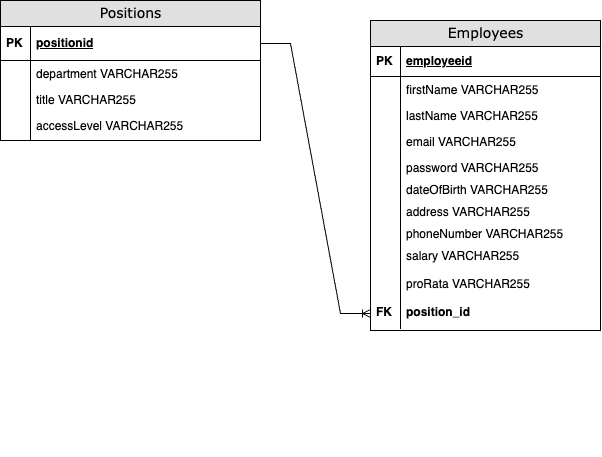
remily23/capstone_hr_management_system keeps this draw.io diagram as Diagrams/ER Diagram.png. Above is the earlier version. Source tidied: cells renumbered, new cells last; positions are measured from the earlier drawing's top-left corner, leaving out a move shared by most shapes.
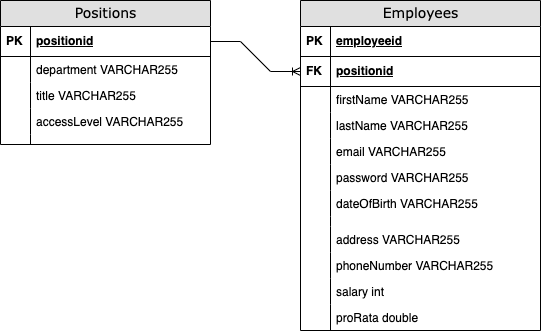
Above is the later version.

Commit message:
added amended UML & ER Diagrams

What changed in the source:
```diff
@@ -3,110 +3,115 @@
     <mxCell id="0" />
     <mxCell id="1" parent="0" />
     <mxCell id="2" value="Employees" style="swimlane;html=1;fontStyle=0;horizontal=1;startSize=26;fillColor=#e0e0e0;swimlaneFillColor=#ffffff;align=center;rounded=0;shadow=0;comic=0;labelBackgroundColor=none;strokeWidth=1;fontFamily=Verdana;fontSize=14;swimlaneLine=1;" parent="1" vertex="1">
-      <mxGeometry x="370" y="20" width="230" height="310" as="geometry" />
+      <mxGeometry x="350" y="30" width="240" height="330" as="geometry" />
     </mxCell>
     <mxCell id="3" value="employeeid" style="shape=partialRectangle;top=0;left=0;right=0;bottom=1;html=1;align=left;verticalAlign=middle;fillColor=none;spacingLeft=34;spacingRight=4;whiteSpace=wrap;overflow=hidden;fontStyle=5;" parent="2" vertex="1">
-      <mxGeometry y="26" width="230" height="30" as="geometry" />
+      <mxGeometry y="26" width="240" height="30" as="geometry" />
     </mxCell>
     <mxCell id="4" value="&lt;b&gt;PK&lt;/b&gt;" style="shape=partialRectangle;top=0;left=0;bottom=0;html=1;fillColor=none;align=left;verticalAlign=middle;spacingLeft=4;spacingRight=4;whiteSpace=wrap;overflow=hidden;" parent="3" vertex="1">
       <mxGeometry width="30" height="30" as="geometry" />
     </mxCell>
+    <mxCell id="36" value="positionid" style="shape=partialRectangle;top=0;left=0;right=0;bottom=1;html=1;align=left;verticalAlign=middle;fillColor=none;spacingLeft=34;spacingRight=4;whiteSpace=wrap;overflow=hidden;points=[[0,0.5],[1,0.5]];portConstraint=eastwest;fontStyle=5;" parent="2" vertex="1">
+      <mxGeometry y="56" width="240" height="30" as="geometry" />
+    </mxCell>
+    <mxCell id="24" value="&lt;b&gt;FK&lt;/b&gt;" style="shape=partialRectangle;top=0;left=0;bottom=0;html=1;fillColor=none;align=left;verticalAlign=middle;spacingLeft=4;spacingRight=4;whiteSpace=wrap;overflow=hidden;" parent="36" vertex="1">
+      <mxGeometry width="30" height="30" as="geometry" />
+    </mxCell>
     <mxCell id="5" value="firstName VARCHAR255" style="shape=partialRectangle;top=0;left=0;right=0;bottom=0;html=1;align=left;verticalAlign=top;fillColor=none;spacingLeft=34;spacingRight=4;whiteSpace=wrap;overflow=hidden;" parent="2" vertex="1">
-      <mxGeometry y="56" width="230" height="26" as="geometry" />
+      <mxGeometry y="86" width="240" height="26" as="geometry" />
     </mxCell>
     <mxCell id="6" style="shape=partialRectangle;top=0;left=0;bottom=0;html=1;fillColor=none;align=left;verticalAlign=top;spacingLeft=4;spacingRight=4;whiteSpace=wrap;overflow=hidden;" parent="5" vertex="1">
       <mxGeometry width="30" height="26" as="geometry" />
     </mxCell>
-    <mxCell id="7" value="lastName VARCHAR255" style="shape=partialRectangle;top=0;left=0;right=0;bottom=0;html=1;align=left;verticalAlign=top;fillColor=none;spacingLeft=34;spacingRight=4;whiteSpace=wrap;overflow=hidden;" parent="2" vertex="1">
-      <mxGeometry y="82" width="230" height="26" as="geometry" />
-    </mxCell>
-    <mxCell id="8" style="shape=partialRectangle;top=0;left=0;bottom=0;html=1;fillColor=none;align=left;verticalAlign=top;spacingLeft=4;spacingRight=4;whiteSpace=wrap;overflow=hidden;" parent="7" vertex="1">
-      <mxGeometry width="30" height="26" as="geometry" />
-    </mxCell>
-    <mxCell id="9" value="email VARCHAR255" style="shape=partialRectangle;top=0;left=0;right=0;bottom=0;html=1;align=left;verticalAlign=top;fillColor=none;spacingLeft=34;spacingRight=4;whiteSpace=wrap;overflow=hidden;" parent="2" vertex="1">
-      <mxGeometry y="108" width="230" height="26" as="geometry" />
+    <mxCell id="9" value="lastName VARCHAR255" style="shape=partialRectangle;top=0;left=0;right=0;bottom=0;html=1;align=left;verticalAlign=top;fillColor=none;spacingLeft=34;spacingRight=4;whiteSpace=wrap;overflow=hidden;" parent="2" vertex="1">
+      <mxGeometry y="112" width="240" height="26" as="geometry" />
     </mxCell>
     <mxCell id="10" style="shape=partialRectangle;top=0;left=0;bottom=0;html=1;fillColor=none;align=left;verticalAlign=top;spacingLeft=4;spacingRight=4;whiteSpace=wrap;overflow=hidden;" parent="9" vertex="1">
       <mxGeometry width="30" height="26" as="geometry" />
     </mxCell>
+    <mxCell id="37" value="email VARCHAR255" style="shape=partialRectangle;top=0;left=0;right=0;bottom=0;html=1;align=left;verticalAlign=top;fillColor=none;spacingLeft=34;spacingRight=4;whiteSpace=wrap;overflow=hidden;" parent="2" vertex="1">
+      <mxGeometry y="138" width="240" height="26" as="geometry" />
+    </mxCell>
+    <mxCell id="38" style="shape=partialRectangle;top=0;left=0;bottom=0;html=1;fillColor=none;align=left;verticalAlign=top;spacingLeft=4;spacingRight=4;whiteSpace=wrap;overflow=hidden;" parent="37" vertex="1">
+      <mxGeometry width="30" height="26" as="geometry" />
+    </mxCell>
+    <mxCell id="39" value="password VARCHAR255" style="shape=partialRectangle;top=0;left=0;right=0;bottom=0;html=1;align=left;verticalAlign=top;fillColor=none;spacingLeft=34;spacingRight=4;whiteSpace=wrap;overflow=hidden;" parent="2" vertex="1">
+      <mxGeometry y="164" width="240" height="26" as="geometry" />
+    </mxCell>
+    <mxCell id="40" style="shape=partialRectangle;top=0;left=0;bottom=0;html=1;fillColor=none;align=left;verticalAlign=top;spacingLeft=4;spacingRight=4;whiteSpace=wrap;overflow=hidden;" parent="39" vertex="1">
+      <mxGeometry width="30" height="26" as="geometry" />
+    </mxCell>
+    <mxCell id="13" value="dateOfBirth VARCHAR255" style="shape=partialRectangle;top=0;left=0;right=0;bottom=0;html=1;align=left;verticalAlign=top;fillColor=none;spacingLeft=34;spacingRight=4;whiteSpace=wrap;overflow=hidden;" parent="2" vertex="1">
+      <mxGeometry y="190" width="240" height="26" as="geometry" />
+    </mxCell>
+    <mxCell id="41" style="shape=partialRectangle;top=0;left=0;bottom=0;html=1;fillColor=none;align=left;verticalAlign=top;spacingLeft=4;spacingRight=4;whiteSpace=wrap;overflow=hidden;" parent="13" vertex="1">
+      <mxGeometry width="30" height="26" as="geometry" />
+    </mxCell>
-    <mxCell id="11" value="password VARCHAR255&lt;br&gt;&lt;br&gt;hours" style="shape=partialRectangle;top=0;left=0;right=0;bottom=0;html=1;align=left;verticalAlign=top;fillColor=none;spacingLeft=34;spacingRight=4;whiteSpace=wrap;overflow=hidden;" parent="2" vertex="1">
-      <mxGeometry y="134" width="230" height="22" as="geometry" />
+    <mxCell id="11" style="shape=partialRectangle;top=0;left=0;right=0;bottom=0;html=1;align=left;verticalAlign=top;fillColor=none;spacingLeft=34;spacingRight=4;whiteSpace=wrap;overflow=hidden;" parent="2" vertex="1">
+      <mxGeometry y="216" width="240" height="10" as="geometry" />
     </mxCell>
     <mxCell id="12" style="shape=partialRectangle;top=0;left=0;bottom=0;html=1;fillColor=none;align=left;verticalAlign=top;spacingLeft=4;spacingRight=4;whiteSpace=wrap;overflow=hidden;" parent="11" vertex="1">
-      <mxGeometry width="30" height="22" as="geometry" />
+      <mxGeometry width="30" height="10" as="geometry" />
     </mxCell>
-    <mxCell id="13" value="dateOfBirth VARCHAR255&lt;br&gt;" style="shape=partialRectangle;top=0;left=0;right=0;bottom=0;html=1;align=left;verticalAlign=top;fillColor=none;spacingLeft=34;spacingRight=4;whiteSpace=wrap;overflow=hidden;" parent="2" vertex="1">
-      <mxGeometry y="156" width="230" height="22" as="geometry" />
-    </mxCell>
-    <mxCell id="14" style="shape=partialRectangle;top=0;left=0;bottom=0;html=1;fillColor=none;align=left;verticalAlign=top;spacingLeft=4;spacingRight=4;whiteSpace=wrap;overflow=hidden;" parent="13" vertex="1">
-      <mxGeometry width="30" height="22" as="geometry" />
-    </mxCell>
-    <mxCell id="15" value="address VARCHAR255&lt;br&gt;&lt;br&gt;" style="shape=partialRectangle;top=0;left=0;right=0;bottom=0;html=1;align=left;verticalAlign=top;fillColor=none;spacingLeft=34;spacingRight=4;whiteSpace=wrap;overflow=hidden;" parent="2" vertex="1">
-      <mxGeometry y="178" width="230" height="22" as="geometry" />
+    <mxCell id="15" value="address VARCHAR255" style="shape=partialRectangle;top=0;left=0;right=0;bottom=0;html=1;align=left;verticalAlign=top;fillColor=none;spacingLeft=34;spacingRight=4;whiteSpace=wrap;overflow=hidden;" parent="2" vertex="1">
+      <mxGeometry y="226" width="240" height="26" as="geometry" />
     </mxCell>
-    <mxCell id="16" style="shape=partialRectangle;top=0;left=0;bottom=0;html=1;fillColor=none;align=left;verticalAlign=top;spacingLeft=4;spacingRight=4;whiteSpace=wrap;overflow=hidden;" parent="15" vertex="1">
-      <mxGeometry width="30" height="22" as="geometry" />
-    </mxCell>
-    <mxCell id="17" value="phoneNumber VARCHAR255&lt;br&gt;&lt;br&gt;hours" style="shape=partialRectangle;top=0;left=0;right=0;bottom=0;html=1;align=left;verticalAlign=top;fillColor=none;spacingLeft=34;spacingRight=4;whiteSpace=wrap;overflow=hidden;" parent="2" vertex="1">
-      <mxGeometry y="200" width="230" height="22" as="geometry" />
-    </mxCell>
-    <mxCell id="18" style="shape=partialRectangle;top=0;left=0;bottom=0;html=1;fillColor=none;align=left;verticalAlign=top;spacingLeft=4;spacingRight=4;whiteSpace=wrap;overflow=hidden;" parent="17" vertex="1">
-      <mxGeometry width="30" height="22" as="geometry" />
-    </mxCell>
-    <mxCell id="19" value="salary VARCHAR255" style="shape=partialRectangle;top=0;left=0;right=0;bottom=0;html=1;align=left;verticalAlign=top;fillColor=none;spacingLeft=34;spacingRight=4;whiteSpace=wrap;overflow=hidden;" parent="2" vertex="1">
-      <mxGeometry y="222" width="230" height="28" as="geometry" />
-    </mxCell>
-    <mxCell id="20" style="shape=partialRectangle;top=0;left=0;bottom=0;html=1;fillColor=none;align=left;verticalAlign=top;spacingLeft=4;spacingRight=4;whiteSpace=wrap;overflow=hidden;" parent="19" vertex="1">
-      <mxGeometry width="30" height="28" as="geometry" />
-    </mxCell>
-    <mxCell id="21" value="proRata VARCHAR255" style="shape=partialRectangle;top=0;left=0;right=0;bottom=0;html=1;align=left;verticalAlign=top;fillColor=none;spacingLeft=34;spacingRight=4;whiteSpace=wrap;overflow=hidden;" parent="2" vertex="1">
-      <mxGeometry y="250" width="230" height="28" as="geometry" />
-    </mxCell>
-    <mxCell id="22" style="shape=partialRectangle;top=0;left=0;bottom=0;html=1;fillColor=none;align=left;verticalAlign=top;spacingLeft=4;spacingRight=4;whiteSpace=wrap;overflow=hidden;" parent="21" vertex="1">
-      <mxGeometry width="30" height="28" as="geometry" />
-    </mxCell>
-    <mxCell id="23" value="&lt;b&gt;position_id&lt;/b&gt;" style="shape=partialRectangle;top=0;left=0;right=0;bottom=0;html=1;align=left;verticalAlign=top;fillColor=none;spacingLeft=34;spacingRight=4;whiteSpace=wrap;overflow=hidden;points=[[0,0.5],[1,0.5]];portConstraint=eastwest;" parent="2" vertex="1">
-      <mxGeometry y="278" width="230" height="30" as="geometry" />
-    </mxCell>
-    <mxCell id="24" value="&lt;b&gt;FK&lt;/b&gt;" style="shape=partialRectangle;top=0;left=0;bottom=0;html=1;fillColor=none;align=left;verticalAlign=top;spacingLeft=4;spacingRight=4;whiteSpace=wrap;overflow=hidden;" parent="23" vertex="1">
-      <mxGeometry width="30" height="30" as="geometry" />
-    </mxCell>
+    <mxCell id="42" style="shape=partialRectangle;top=0;left=0;bottom=0;html=1;fillColor=none;align=left;verticalAlign=top;spacingLeft=4;spacingRight=4;whiteSpace=wrap;overflow=hidden;" parent="15" vertex="1">
+      <mxGeometry width="30" height="26" as="geometry" />
+    </mxCell>
+    <mxCell id="43" value="phoneNumber VARCHAR255" style="shape=partialRectangle;top=0;left=0;right=0;bottom=0;html=1;align=left;verticalAlign=top;fillColor=none;spacingLeft=34;spacingRight=4;whiteSpace=wrap;overflow=hidden;" parent="2" vertex="1">
+      <mxGeometry y="252" width="240" height="26" as="geometry" />
+    </mxCell>
+    <mxCell id="44" style="shape=partialRectangle;top=0;left=0;bottom=0;html=1;fillColor=none;align=left;verticalAlign=top;spacingLeft=4;spacingRight=4;whiteSpace=wrap;overflow=hidden;" parent="43" vertex="1">
+      <mxGeometry width="30" height="26" as="geometry" />
+    </mxCell>
+    <mxCell id="45" value="salary int" style="shape=partialRectangle;top=0;left=0;right=0;bottom=0;html=1;align=left;verticalAlign=top;fillColor=none;spacingLeft=34;spacingRight=4;whiteSpace=wrap;overflow=hidden;" parent="2" vertex="1">
+      <mxGeometry y="278" width="240" height="26" as="geometry" />
+    </mxCell>
+    <mxCell id="46" style="shape=partialRectangle;top=0;left=0;bottom=0;html=1;fillColor=none;align=left;verticalAlign=top;spacingLeft=4;spacingRight=4;whiteSpace=wrap;overflow=hidden;" parent="45" vertex="1">
+      <mxGeometry width="30" height="26" as="geometry" />
+    </mxCell>
+    <mxCell id="47" value="proRata double" style="shape=partialRectangle;top=0;left=0;right=0;bottom=0;html=1;align=left;verticalAlign=top;fillColor=none;spacingLeft=34;spacingRight=4;whiteSpace=wrap;overflow=hidden;" parent="2" vertex="1">
+      <mxGeometry y="304" width="240" height="26" as="geometry" />
+    </mxCell>
+    <mxCell id="48" style="shape=partialRectangle;top=0;left=0;bottom=0;html=1;fillColor=none;align=left;verticalAlign=top;spacingLeft=4;spacingRight=4;whiteSpace=wrap;overflow=hidden;" parent="47" vertex="1">
+      <mxGeometry width="30" height="26" as="geometry" />
+    </mxCell>
-    <mxCell id="25" value="Positions" style="swimlane;html=1;fontStyle=0;horizontal=1;startSize=26;fillColor=#e0e0e0;swimlaneFillColor=#ffffff;align=center;rounded=0;shadow=0;comic=0;labelBackgroundColor=none;strokeWidth=1;fontFamily=Verdana;fontSize=14;" parent="1" vertex="1">
-      <mxGeometry width="260" height="140" as="geometry" />
+    <mxCell id="25" value="Positions" style="swimlane;html=1;fontStyle=0;horizontal=1;startSize=26;fillColor=#e0e0e0;swimlaneFillColor=#ffffff;align=center;rounded=0;shadow=0;comic=0;labelBackgroundColor=none;strokeWidth=1;fontFamily=Verdana;fontSize=14;swimlaneLine=1;" parent="1" vertex="1">
+      <mxGeometry x="50" y="30" width="210" height="144" as="geometry" />
     </mxCell>
-    <mxCell id="26" value="positionid" style="shape=partialRectangle;top=0;left=0;right=0;bottom=1;html=1;align=left;verticalAlign=middle;fillColor=none;spacingLeft=34;spacingRight=4;whiteSpace=wrap;overflow=hidden;points=[[0,0.5],[1,0.5]];portConstraint=eastwest;fontStyle=5;" parent="25" vertex="1">
-      <mxGeometry y="26" width="260" height="34" as="geometry" />
-    </mxCell>
+    <mxCell id="49" value="positionid" style="shape=partialRectangle;top=0;left=0;right=0;bottom=1;html=1;align=left;verticalAlign=middle;fillColor=none;spacingLeft=34;spacingRight=4;whiteSpace=wrap;overflow=hidden;points=[[0,0.5],[1,0.5]];portConstraint=eastwest;fontStyle=5;" parent="25" vertex="1">
+      <mxGeometry y="26" width="210" height="30" as="geometry" />
+    </mxCell>
-    <mxCell id="27" value="&lt;b&gt;PK&lt;/b&gt;" style="shape=partialRectangle;top=0;left=0;bottom=0;html=1;fillColor=none;align=left;verticalAlign=middle;spacingLeft=4;spacingRight=4;whiteSpace=wrap;overflow=hidden;" parent="26" vertex="1">
-      <mxGeometry width="30" height="34" as="geometry" />
+    <mxCell id="27" value="&lt;b&gt;PK&lt;/b&gt;" style="shape=partialRectangle;top=0;left=0;bottom=0;html=1;fillColor=none;align=left;verticalAlign=middle;spacingLeft=4;spacingRight=4;whiteSpace=wrap;overflow=hidden;" parent="49" vertex="1">
+      <mxGeometry width="30" height="30" as="geometry" />
     </mxCell>
-    <mxCell id="28" value="department VARCHAR255" style="shape=partialRectangle;top=0;left=0;right=0;bottom=0;html=1;align=left;verticalAlign=top;fillColor=none;spacingLeft=34;spacingRight=4;whiteSpace=wrap;overflow=hidden;" parent="25" vertex="1">
-      <mxGeometry y="60" width="260" height="26" as="geometry" />
+    <mxCell id="28" value="department VARCHAR255&lt;span style=&quot;white-space: pre;&quot;&gt;&#9;&lt;/span&gt;" style="shape=partialRectangle;top=0;left=0;right=0;bottom=0;html=1;align=left;verticalAlign=top;fillColor=none;spacingLeft=34;spacingRight=4;whiteSpace=wrap;overflow=hidden;" parent="25" vertex="1">
+      <mxGeometry y="56" width="210" height="26" as="geometry" />
     </mxCell>
-    <mxCell id="29" style="shape=partialRectangle;top=0;left=0;bottom=0;html=1;fillColor=none;align=left;verticalAlign=top;spacingLeft=4;spacingRight=4;whiteSpace=wrap;overflow=hidden;" parent="28" vertex="1">
-      <mxGeometry width="30" height="26" as="geometry" />
-    </mxCell>
+    <mxCell id="50" style="shape=partialRectangle;top=0;left=0;bottom=0;html=1;fillColor=none;align=left;verticalAlign=top;spacingLeft=4;spacingRight=4;whiteSpace=wrap;overflow=hidden;" parent="28" vertex="1">
+      <mxGeometry width="30" height="26" as="geometry" />
+    </mxCell>
     <mxCell id="30" value="title VARCHAR255" style="shape=partialRectangle;top=0;left=0;right=0;bottom=0;html=1;align=left;verticalAlign=top;fillColor=none;spacingLeft=34;spacingRight=4;whiteSpace=wrap;overflow=hidden;" parent="25" vertex="1">
-      <mxGeometry y="86" width="260" height="26" as="geometry" />
+      <mxGeometry y="82" width="210" height="26" as="geometry" />
     </mxCell>
-    <mxCell id="31" style="shape=partialRectangle;top=0;left=0;bottom=0;html=1;fillColor=none;align=left;verticalAlign=top;spacingLeft=4;spacingRight=4;whiteSpace=wrap;overflow=hidden;" parent="30" vertex="1">
-      <mxGeometry width="30" height="26" as="geometry" />
-    </mxCell>
+    <mxCell id="51" style="shape=partialRectangle;top=0;left=0;bottom=0;html=1;fillColor=none;align=left;verticalAlign=top;spacingLeft=4;spacingRight=4;whiteSpace=wrap;overflow=hidden;" parent="30" vertex="1">
+      <mxGeometry width="30" height="26" as="geometry" />
+    </mxCell>
     <mxCell id="32" value="accessLevel VARCHAR255" style="shape=partialRectangle;top=0;left=0;right=0;bottom=0;html=1;align=left;verticalAlign=top;fillColor=none;spacingLeft=34;spacingRight=4;whiteSpace=wrap;overflow=hidden;" parent="25" vertex="1">
-      <mxGeometry y="112" width="260" height="28" as="geometry" />
+      <mxGeometry y="108" width="210" height="26" as="geometry" />
     </mxCell>
-    <mxCell id="33" style="shape=partialRectangle;top=0;left=0;bottom=0;html=1;fillColor=none;align=left;verticalAlign=top;spacingLeft=4;spacingRight=4;whiteSpace=wrap;overflow=hidden;" parent="32" vertex="1">
-      <mxGeometry width="30" height="28" as="geometry" />
-    </mxCell>
-    <mxCell id="34" style="shape=partialRectangle;top=0;left=0;right=0;bottom=0;html=1;align=left;verticalAlign=top;fillColor=none;spacingLeft=60;spacingRight=4;whiteSpace=wrap;overflow=hidden;" parent="1" vertex="1">
-      <mxGeometry x="30" y="430" width="200" height="26" as="geometry" />
-    </mxCell>
-    <mxCell id="35" style="edgeStyle=entityRelationEdgeStyle;fontSize=12;html=1;endArrow=ERoneToMany;rounded=0;exitX=1;exitY=0.5;exitDx=0;exitDy=0;entryX=0;entryY=0.5;entryDx=0;entryDy=0;" parent="1" edge="1" source="26" target="23">
-      <mxGeometry relative="1" as="geometry">
-        <Array as="points">
-          <mxPoint x="170" y="410" />
-        </Array>
-      </mxGeometry>
-    </mxCell>
+    <mxCell id="52" style="shape=partialRectangle;top=0;left=0;bottom=0;html=1;fillColor=none;align=left;verticalAlign=top;spacingLeft=4;spacingRight=4;whiteSpace=wrap;overflow=hidden;" parent="32" vertex="1">
+      <mxGeometry width="30" height="26" as="geometry" />
+    </mxCell>
+    <mxCell id="53" style="shape=partialRectangle;top=0;left=0;right=0;bottom=0;html=1;align=left;verticalAlign=top;fillColor=none;spacingLeft=34;spacingRight=4;whiteSpace=wrap;overflow=hidden;" parent="25" vertex="1">
+      <mxGeometry y="134" width="210" height="10" as="geometry" />
+    </mxCell>
+    <mxCell id="54" style="shape=partialRectangle;top=0;left=0;bottom=0;html=1;fillColor=none;align=left;verticalAlign=top;spacingLeft=4;spacingRight=4;whiteSpace=wrap;overflow=hidden;" parent="53" vertex="1">
+      <mxGeometry width="30" height="10" as="geometry" />
+    </mxCell>
+    <mxCell id="55" style="edgeStyle=entityRelationEdgeStyle;fontSize=12;html=1;endArrow=ERoneToMany;rounded=0;entryX=0;entryY=0.5;entryDx=0;entryDy=0;exitX=1;exitY=0.5;exitDx=0;exitDy=0;" parent="1" edge="1" source="49" target="36">
+      <mxGeometry relative="1" as="geometry" />
+    </mxCell>
   </root>
 </mxGraphModel>
```
